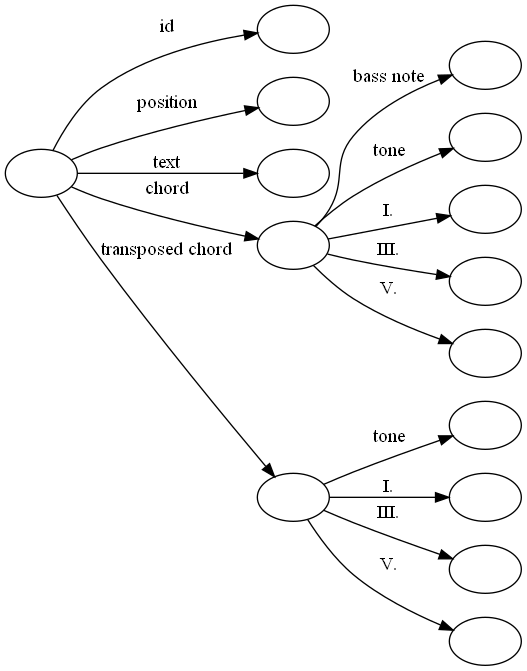
This is szakdolgozat/images/img_src/rdf_graph_5.png from Ancsak01/szakdolgozat, a Graphviz export, as it was before one commit. Its source is kept beside it as szakdolgozat/images/img_src/rdf_graph_5.dot.
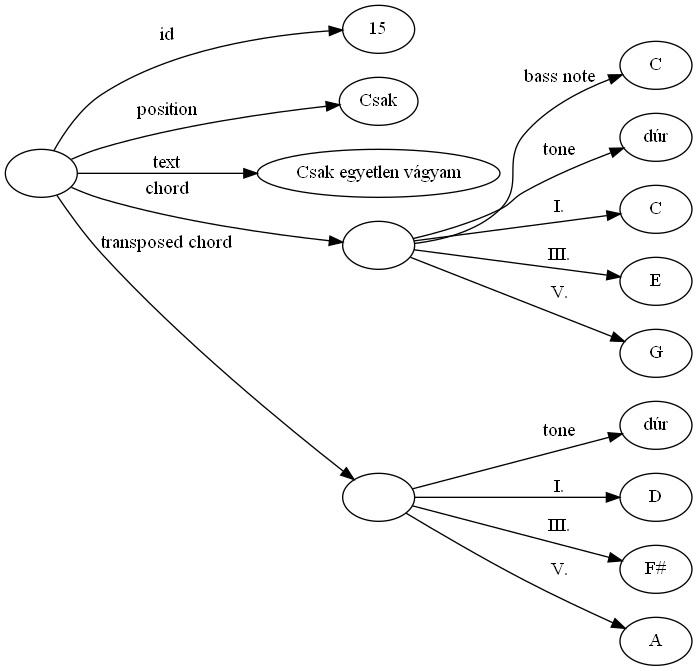
After the commit.

Change to the diagram source:
```diff
@@ -1,20 +1,20 @@
 digraph g {
     rankdir=LR
     Segment [label=""]
-    ID [label=""]
-    Position [label=""]
-    Text [label=""]
-    Bass_note [label=""]
+    ID [label="15"]
+    Position [label="Csak"]
+    Text [label="Csak egyetlen vágyam"]
+    Bass_note [label="C"]
     Chord [label=""]
-    Tone [label=""]
-    Deg1 [label=""]
-    Deg3 [label=""]
-    Deg5 [label=""]
+    Tone [label="dúr"]
+    Deg1 [label="C"]
+    Deg3 [label="E"]
+    Deg5 [label="G"]
     T_Chord [label=""]
-    T_Tone [label=""]
-    T_Deg1 [label=""]
-    T_Deg3 [label=""]
-    T_Deg5 [label=""]
+    T_Tone [label="dúr"]
+    T_Deg1 [label="D"]
+    T_Deg3 [label="F#"]
+    T_Deg5 [label="A"]
     Segment -> ID [label="id"]
     Segment -> Position [label="position"]
     Segment -> Text [label="text"]
```
